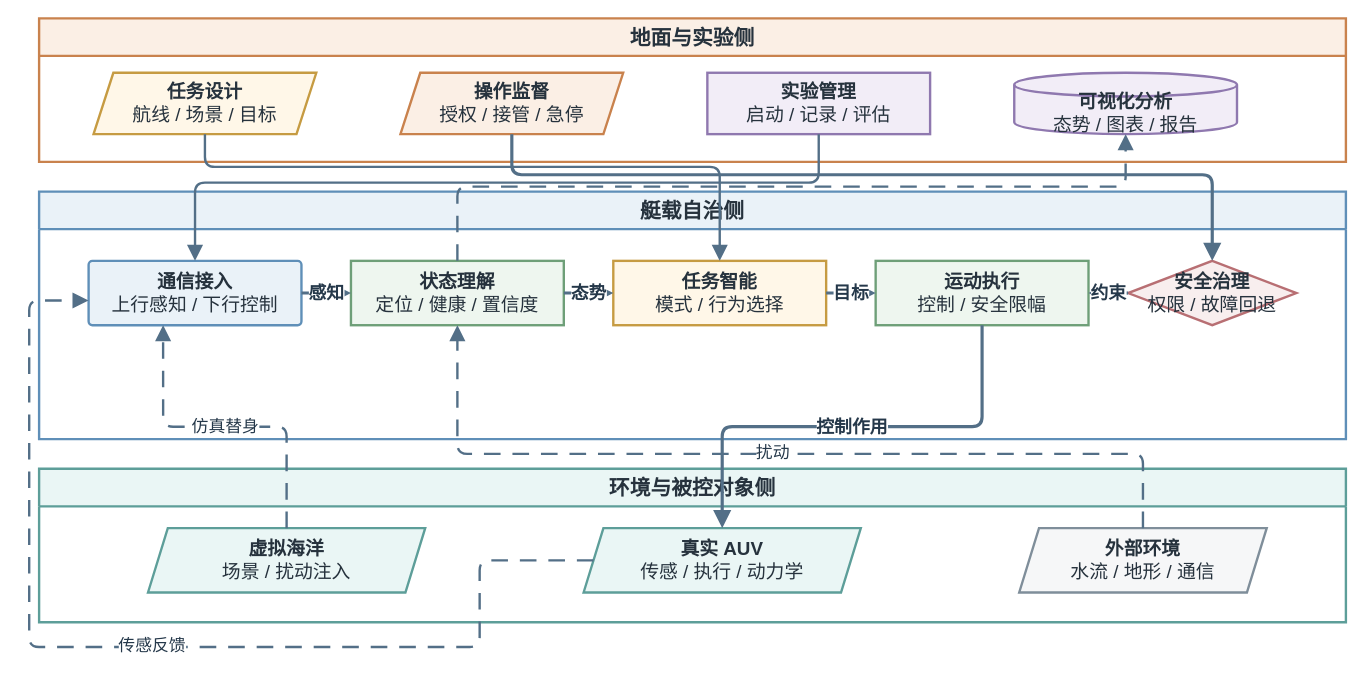
The draw.io diagram thesis/figures/architecture/auv_system_subsystem_organization.drawio in 360ZMEM/AUV-Master-Mag, before the edit. Source tidied: cells renumbered, new cells numbered last; positions are measured from the earlier drawing's top-left corner, leaving out a move shared by most shapes. Both pictures are drawn from the tidied source at 99%, with x=0, y=0 at pixel (29, 18).
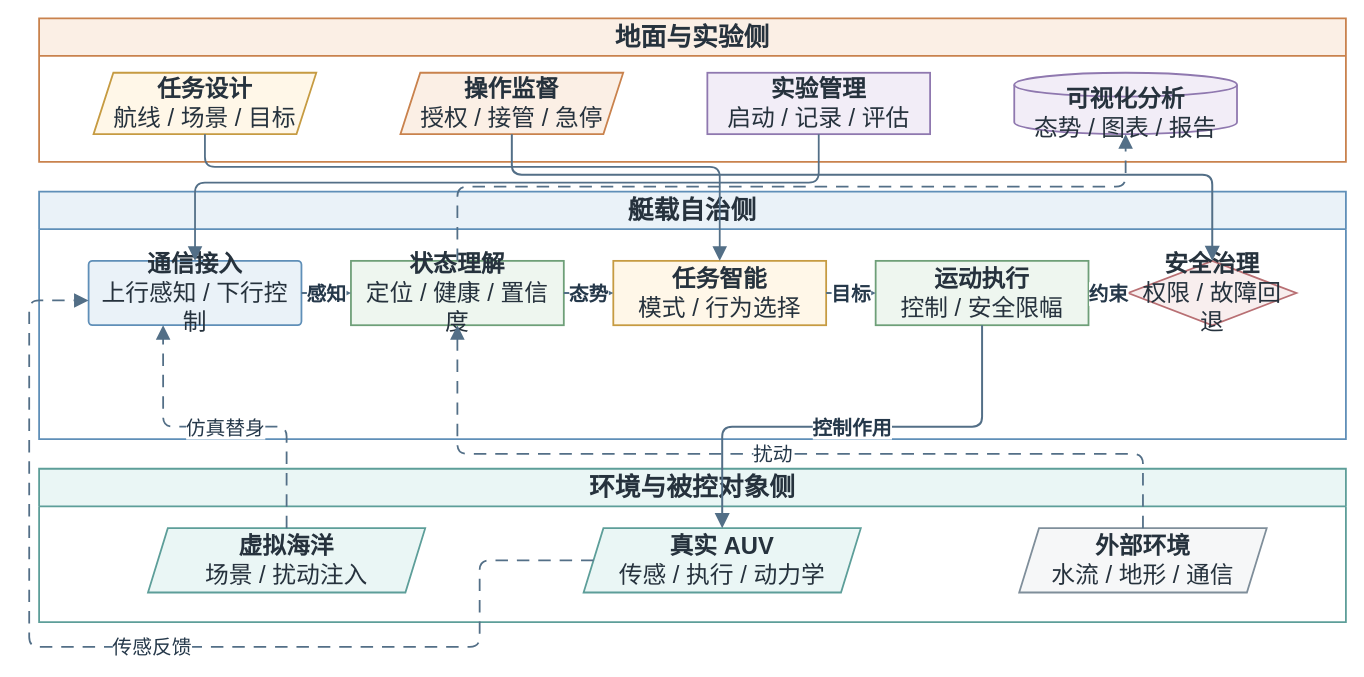
After the change.

The edit, as a diff of the source:
```diff
@@
-    <mxCell id="2" value="地面与实验侧" style="swimlane;whiteSpace=wrap;html=1;startSize=38;rounded=0;fillColor=#FBEFE5;strokeColor=#C9824D;strokeWidth=2.4;fontFamily=Songti SC;fontSize=21;fontStyle=1;fontColor=#26323D;" parent="1" vertex="1">
+    <mxCell id="2" value="地面与实验侧" style="swimlane;whiteSpace=wrap;html=1;startSize=38;rounded=0;fillColor=#FBEFE5;strokeColor=#C9824D;strokeWidth=1.8;fontFamily=Songti SC;fontSize=26;fontStyle=1;fontColor=#26323D;" parent="1" vertex="1">
       <mxGeometry x="10" width="1320" height="145" as="geometry" />
     </mxCell>
-    <mxCell id="3" value="艇载自治侧" style="swimlane;whiteSpace=wrap;html=1;startSize=38;rounded=0;fillColor=#EAF2F8;strokeColor=#5F8FB8;strokeWidth=2.4;fontFamily=Songti SC;fontSize=21;fontStyle=1;fontColor=#26323D;" parent="1" vertex="1">
+    <mxCell id="3" value="艇载自治侧" style="swimlane;whiteSpace=wrap;html=1;startSize=38;rounded=0;fillColor=#EAF2F8;strokeColor=#5F8FB8;strokeWidth=1.8;fontFamily=Songti SC;fontSize=26;fontStyle=1;fontColor=#26323D;" parent="1" vertex="1">
       <mxGeometry x="10" y="175" width="1320" height="250" as="geometry" />
     </mxCell>
-    <mxCell id="4" value="环境与被控对象侧" style="swimlane;whiteSpace=wrap;html=1;startSize=38;rounded=0;fillColor=#EAF6F5;strokeColor=#5D9E99;strokeWidth=2.4;fontFamily=Songti SC;fontSize=21;fontStyle=1;fontColor=#26323D;" parent="1" vertex="1">
+    <mxCell id="4" value="环境与被控对象侧" style="swimlane;whiteSpace=wrap;html=1;startSize=38;rounded=0;fillColor=#EAF6F5;strokeColor=#5D9E99;strokeWidth=1.8;fontFamily=Songti SC;fontSize=26;fontStyle=1;fontColor=#26323D;" parent="1" vertex="1">
       <mxGeometry x="10" y="455" width="1320" height="155" as="geometry" />
     </mxCell>
-    <mxCell id="5" value="&lt;b&gt;任务设计&lt;/b&gt;&lt;br&gt;航线 / 场景 / 目标" style="shape=parallelogram;perimeter=parallelogramPerimeter;fixedSize=1;whiteSpace=wrap;html=1;align=center;verticalAlign=middle;fillColor=#FFF7E8;strokeColor=#C69B42;strokeWidth=2.4;spacing=8;fontFamily=Songti SC;fontSize=19;fontColor=#26323D;" parent="2" vertex="1">
+    <mxCell id="5" value="&lt;b&gt;任务设计&lt;/b&gt;&lt;br&gt;航线 / 场景 / 目标" style="shape=parallelogram;perimeter=parallelogramPerimeter;fixedSize=1;whiteSpace=wrap;html=1;align=center;verticalAlign=middle;fillColor=#FFF7E8;strokeColor=#C69B42;strokeWidth=1.8;spacing=8;fontFamily=Songti SC;fontSize=24;fontColor=#26323D;" parent="2" vertex="1">
       <mxGeometry x="55" y="55" width="225" height="62" as="geometry" />
     </mxCell>
-    <mxCell id="6" value="&lt;b&gt;操作监督&lt;/b&gt;&lt;br&gt;授权 / 接管 / 急停" style="shape=parallelogram;perimeter=parallelogramPerimeter;fixedSize=1;whiteSpace=wrap;html=1;align=center;verticalAlign=middle;fillColor=#FBEFE5;strokeColor=#C9824D;strokeWidth=2.4;spacing=8;fontFamily=Songti SC;fontSize=19;fontColor=#26323D;" parent="2" vertex="1">
+    <mxCell id="6" value="&lt;b&gt;操作监督&lt;/b&gt;&lt;br&gt;授权 / 接管 / 急停" style="shape=parallelogram;perimeter=parallelogramPerimeter;fixedSize=1;whiteSpace=wrap;html=1;align=center;verticalAlign=middle;fillColor=#FBEFE5;strokeColor=#C9824D;strokeWidth=1.8;spacing=8;fontFamily=Songti SC;fontSize=24;fontColor=#26323D;" parent="2" vertex="1">
       <mxGeometry x="365" y="55" width="225" height="62" as="geometry" />
     </mxCell>
-    <mxCell id="7" value="&lt;b&gt;实验管理&lt;/b&gt;&lt;br&gt;启动 / 记录 / 评估" style="rounded=0;whiteSpace=wrap;html=1;align=center;verticalAlign=middle;fillColor=#F2EDF7;strokeColor=#8F78AF;strokeWidth=2.4;spacing=8;fontFamily=Songti SC;fontSize=19;fontColor=#26323D;" parent="2" vertex="1">
+    <mxCell id="7" value="&lt;b&gt;实验管理&lt;/b&gt;&lt;br&gt;启动 / 记录 / 评估" style="rounded=0;whiteSpace=wrap;html=1;align=center;verticalAlign=middle;fillColor=#F2EDF7;strokeColor=#8F78AF;strokeWidth=1.8;spacing=8;fontFamily=Songti SC;fontSize=24;fontColor=#26323D;" parent="2" vertex="1">
       <mxGeometry x="675" y="55" width="225" height="62" as="geometry" />
     </mxCell>
-    <mxCell id="8" value="&lt;b&gt;可视化分析&lt;/b&gt;&lt;br&gt;态势 / 图表 / 报告" style="shape=cylinder3;boundedLbl=1;backgroundOutline=1;size=12;whiteSpace=wrap;html=1;align=center;verticalAlign=middle;fillColor=#F2EDF7;strokeColor=#8F78AF;strokeWidth=2.4;spacing=8;fontFamily=Songti SC;fontSize=19;fontColor=#26323D;" parent="2" vertex="1">
+    <mxCell id="8" value="&lt;b&gt;可视化分析&lt;/b&gt;&lt;br&gt;态势 / 图表 / 报告" style="shape=cylinder3;boundedLbl=1;backgroundOutline=1;size=12;whiteSpace=wrap;html=1;align=center;verticalAlign=middle;fillColor=#F2EDF7;strokeColor=#8F78AF;strokeWidth=1.8;spacing=8;fontFamily=Songti SC;fontSize=24;fontColor=#26323D;" parent="2" vertex="1">
       <mxGeometry x="985" y="55" width="225" height="62" as="geometry" />
     </mxCell>
-    <mxCell id="9" value="&lt;b&gt;通信接入&lt;/b&gt;&lt;br&gt;上行感知 / 下行控制" style="rounded=1;arcSize=6;whiteSpace=wrap;html=1;align=center;verticalAlign=middle;fillColor=#EAF2F8;strokeColor=#5F8FB8;strokeWidth=2.4;spacing=8;fontFamily=Songti SC;fontSize=19;fontColor=#26323D;" parent="3" vertex="1">
+    <mxCell id="9" value="&lt;b&gt;通信接入&lt;/b&gt;&lt;br&gt;上行感知 / 下行控制" style="rounded=1;arcSize=6;whiteSpace=wrap;html=1;align=center;verticalAlign=middle;fillColor=#EAF2F8;strokeColor=#5F8FB8;strokeWidth=1.8;spacing=8;fontFamily=Songti SC;fontSize=24;fontColor=#26323D;" parent="3" vertex="1">
       <mxGeometry x="50" y="70" width="215" height="65" as="geometry" />
     </mxCell>
-    <mxCell id="10" value="&lt;b&gt;状态理解&lt;/b&gt;&lt;br&gt;定位 / 健康 / 置信度" style="rounded=0;whiteSpace=wrap;html=1;align=center;verticalAlign=middle;fillColor=#EEF6EF;strokeColor=#6E9F78;strokeWidth=2.4;spacing=8;fontFamily=Songti SC;fontSize=19;fontColor=#26323D;" parent="3" vertex="1">
+    <mxCell id="10" value="&lt;b&gt;状态理解&lt;/b&gt;&lt;br&gt;定位 / 健康 / 置信度" style="rounded=0;whiteSpace=wrap;html=1;align=center;verticalAlign=middle;fillColor=#EEF6EF;strokeColor=#6E9F78;strokeWidth=1.8;spacing=8;fontFamily=Songti SC;fontSize=24;fontColor=#26323D;" parent="3" vertex="1">
       <mxGeometry x="315" y="70" width="215" height="65" as="geometry" />
     </mxCell>
-    <mxCell id="11" value="&lt;b&gt;任务智能&lt;/b&gt;&lt;br&gt;模式 / 行为选择" style="rounded=0;whiteSpace=wrap;html=1;align=center;verticalAlign=middle;fillColor=#FFF7E8;strokeColor=#C69B42;strokeWidth=2.4;spacing=8;fontFamily=Songti SC;fontSize=19;fontColor=#26323D;" parent="3" vertex="1">
+    <mxCell id="11" value="&lt;b&gt;任务智能&lt;/b&gt;&lt;br&gt;模式 / 行为选择" style="rounded=0;whiteSpace=wrap;html=1;align=center;verticalAlign=middle;fillColor=#FFF7E8;strokeColor=#C69B42;strokeWidth=1.8;spacing=8;fontFamily=Songti SC;fontSize=24;fontColor=#26323D;" parent="3" vertex="1">
       <mxGeometry x="580" y="70" width="215" height="65" as="geometry" />
     </mxCell>
-    <mxCell id="12" value="&lt;b&gt;运动执行&lt;/b&gt;&lt;br&gt;控制 / 安全限幅" style="rounded=0;whiteSpace=wrap;html=1;align=center;verticalAlign=middle;fillColor=#EEF6EF;strokeColor=#6E9F78;strokeWidth=2.4;spacing=8;fontFamily=Songti SC;fontSize=19;fontColor=#26323D;" parent="3" vertex="1">
+    <mxCell id="12" value="&lt;b&gt;运动执行&lt;/b&gt;&lt;br&gt;控制 / 安全限幅" style="rounded=0;whiteSpace=wrap;html=1;align=center;verticalAlign=middle;fillColor=#EEF6EF;strokeColor=#6E9F78;strokeWidth=1.8;spacing=8;fontFamily=Songti SC;fontSize=24;fontColor=#26323D;" parent="3" vertex="1">
       <mxGeometry x="845" y="70" width="215" height="65" as="geometry" />
     </mxCell>
-    <mxCell id="13" value="&lt;b&gt;安全治理&lt;/b&gt;&lt;br&gt;权限 / 故障回退" style="rhombus;whiteSpace=wrap;html=1;align=center;verticalAlign=middle;fillColor=#F8EEEE;strokeColor=#B86F73;strokeWidth=2.4;spacing=8;fontFamily=Songti SC;fontSize=19;fontColor=#26323D;" parent="3" vertex="1">
+    <mxCell id="13" value="&lt;b&gt;安全治理&lt;/b&gt;&lt;br&gt;权限 / 故障回退" style="rhombus;whiteSpace=wrap;html=1;align=center;verticalAlign=middle;fillColor=#F8EEEE;strokeColor=#B86F73;strokeWidth=1.8;spacing=8;fontFamily=Songti SC;fontSize=24;fontColor=#26323D;" parent="3" vertex="1">
       <mxGeometry x="1100" y="70" width="170" height="65" as="geometry" />
     </mxCell>
-    <mxCell id="14" value="&lt;b&gt;虚拟海洋&lt;/b&gt;&lt;br&gt;场景 / 扰动注入" style="shape=parallelogram;perimeter=parallelogramPerimeter;fixedSize=1;whiteSpace=wrap;html=1;align=center;verticalAlign=middle;fillColor=#EAF6F5;strokeColor=#5D9E99;strokeWidth=2.4;spacing=8;fontFamily=Songti SC;fontSize=19;fontColor=#26323D;" parent="4" vertex="1">
+    <mxCell id="14" value="&lt;b&gt;虚拟海洋&lt;/b&gt;&lt;br&gt;场景 / 扰动注入" style="shape=parallelogram;perimeter=parallelogramPerimeter;fixedSize=1;whiteSpace=wrap;html=1;align=center;verticalAlign=middle;fillColor=#EAF6F5;strokeColor=#5D9E99;strokeWidth=1.8;spacing=8;fontFamily=Songti SC;fontSize=24;fontColor=#26323D;" parent="4" vertex="1">
       <mxGeometry x="110" y="60" width="280" height="65" as="geometry" />
     </mxCell>
-    <mxCell id="15" value="&lt;b&gt;真实 AUV&lt;/b&gt;&lt;br&gt;传感 / 执行 / 动力学" style="shape=parallelogram;perimeter=parallelogramPerimeter;fixedSize=1;whiteSpace=wrap;html=1;align=center;verticalAlign=middle;fillColor=#EAF6F5;strokeColor=#5D9E99;strokeWidth=2.4;spacing=8;fontFamily=Songti SC;fontSize=19;fontColor=#26323D;" parent="4" vertex="1">
+    <mxCell id="15" value="&lt;b&gt;真实 AUV&lt;/b&gt;&lt;br&gt;传感 / 执行 / 动力学" style="shape=parallelogram;perimeter=parallelogramPerimeter;fixedSize=1;whiteSpace=wrap;html=1;align=center;verticalAlign=middle;fillColor=#EAF6F5;strokeColor=#5D9E99;strokeWidth=1.8;spacing=8;fontFamily=Songti SC;fontSize=24;fontColor=#26323D;" parent="4" vertex="1">
       <mxGeometry x="550" y="60" width="280" height="65" as="geometry" />
     </mxCell>
-    <mxCell id="16" value="&lt;b&gt;外部环境&lt;/b&gt;&lt;br&gt;水流 / 地形 / 通信" style="shape=parallelogram;perimeter=parallelogramPerimeter;fixedSize=1;whiteSpace=wrap;html=1;align=center;verticalAlign=middle;fillColor=#F6F7F8;strokeColor=#7F8E9A;strokeWidth=2.4;spacing=8;fontFamily=Songti SC;fontSize=19;fontColor=#26323D;" parent="4" vertex="1">
+    <mxCell id="16" value="&lt;b&gt;外部环境&lt;/b&gt;&lt;br&gt;水流 / 地形 / 通信" style="shape=parallelogram;perimeter=parallelogramPerimeter;fixedSize=1;whiteSpace=wrap;html=1;align=center;verticalAlign=middle;fillColor=#F6F7F8;strokeColor=#7F8E9A;strokeWidth=1.8;spacing=8;fontFamily=Songti SC;fontSize=24;fontColor=#26323D;" parent="4" vertex="1">
       <mxGeometry x="990" y="60" width="250" height="65" as="geometry" />
     </mxCell>
-    <mxCell id="17" style="edgeStyle=orthogonalEdgeStyle;rounded=1;jettySize=auto;html=1;strokeColor=#536F87;strokeWidth=2.4;fontFamily=Songti SC;fontSize=17;fontColor=#25384A;labelBackgroundColor=#FFFFFF;labelBorderColor=none;endArrow=block;endFill=1;endSize=10;exitX=0.5;exitY=1;entryX=0.5;entryY=0;" parent="1" edge="1" source="5" target="11">
+    <mxCell id="17" style="edgeStyle=orthogonalEdgeStyle;rounded=1;jettySize=auto;html=1;strokeColor=#536F87;strokeWidth=1.8;fontFamily=Songti SC;fontSize=20;fontColor=#25384A;labelBackgroundColor=#FFFFFF;labelBorderColor=none;endArrow=block;endFill=1;endSize=10;exitX=0.5;exitY=1;entryX=0.5;entryY=0;" parent="1" edge="1" source="5" target="11">
       <mxGeometry relative="1" as="geometry">
         <Array as="points">
           <mxPoint x="178" y="150" />
           <mxPoint x="698" y="150" />
         </Array>
       </mxGeometry>
     </mxCell>
-    <mxCell id="18" style="edgeStyle=orthogonalEdgeStyle;rounded=1;jettySize=auto;html=1;strokeColor=#536F87;strokeWidth=3.2;fontFamily=Songti SC;fontSize=18;fontStyle=1;fontColor=#25384A;labelBackgroundColor=#FFFFFF;labelBorderColor=none;endArrow=block;endFill=1;endSize=10;exitX=0.5;exitY=1;entryX=0.5;entryY=0;" parent="1" edge="1" source="6" target="13">
+    <mxCell id="18" style="edgeStyle=orthogonalEdgeStyle;rounded=1;jettySize=auto;html=1;strokeColor=#536F87;strokeWidth=2.0;fontFamily=Songti SC;fontSize=20;fontStyle=1;fontColor=#25384A;labelBackgroundColor=#FFFFFF;labelBorderColor=none;endArrow=block;endFill=1;endSize=10;exitX=0.5;exitY=1;entryX=0.5;entryY=0;" parent="1" edge="1" source="6" target="13">
       <mxGeometry relative="1" as="geometry">
         <Array as="points">
           <mxPoint x="488" y="158" />
           <mxPoint x="1195" y="158" />
         </Array>
       </mxGeometry>
     </mxCell>
-    <mxCell id="19" style="edgeStyle=orthogonalEdgeStyle;rounded=1;jettySize=auto;html=1;strokeColor=#536F87;strokeWidth=2.4;fontFamily=Songti SC;fontSize=17;fontColor=#25384A;labelBackgroundColor=#FFFFFF;labelBorderColor=none;endArrow=block;endFill=1;endSize=10;exitX=0.5;exitY=1;entryX=0.5;entryY=0;" parent="1" edge="1" source="7" target="9">
+    <mxCell id="19" style="edgeStyle=orthogonalEdgeStyle;rounded=1;jettySize=auto;html=1;strokeColor=#536F87;strokeWidth=1.8;fontFamily=Songti SC;fontSize=20;fontColor=#25384A;labelBackgroundColor=#FFFFFF;labelBorderColor=none;endArrow=block;endFill=1;endSize=10;exitX=0.5;exitY=1;entryX=0.5;entryY=0;" parent="1" edge="1" source="7" target="9">
       <mxGeometry relative="1" as="geometry">
         <Array as="points">
           <mxPoint x="798" y="166" />
           <mxPoint x="168" y="166" />
         </Array>
       </mxGeometry>
     </mxCell>
-    <mxCell id="20" value="感知" style="edgeStyle=orthogonalEdgeStyle;rounded=1;jettySize=auto;html=1;strokeColor=#536F87;strokeWidth=3.2;fontFamily=Songti SC;fontSize=18;fontStyle=1;fontColor=#25384A;labelBackgroundColor=#FFFFFF;labelBorderColor=none;endArrow=block;endFill=1;endSize=10;exitX=1;entryX=0;" parent="1" edge="1" source="9" target="10">
+    <mxCell id="20" value="感知" style="edgeStyle=orthogonalEdgeStyle;rounded=1;jettySize=auto;html=1;strokeColor=#536F87;strokeWidth=2.0;fontFamily=Songti SC;fontSize=20;fontStyle=1;fontColor=#25384A;labelBackgroundColor=#FFFFFF;labelBorderColor=none;endArrow=block;endFill=1;endSize=10;exitX=1;entryX=0;" parent="1" edge="1" source="9" target="10">
       <mxGeometry relative="1" as="geometry" />
     </mxCell>
-    <mxCell id="21" value="态势" style="edgeStyle=orthogonalEdgeStyle;rounded=1;jettySize=auto;html=1;strokeColor=#536F87;strokeWidth=3.2;fontFamily=Songti SC;fontSize=18;fontStyle=1;fontColor=#25384A;labelBackgroundColor=#FFFFFF;labelBorderColor=none;endArrow=block;endFill=1;endSize=10;exitX=1;entryX=0;" parent="1" edge="1" source="10" target="11">
+    <mxCell id="21" value="态势" style="edgeStyle=orthogonalEdgeStyle;rounded=1;jettySize=auto;html=1;strokeColor=#536F87;strokeWidth=2.0;fontFamily=Songti SC;fontSize=20;fontStyle=1;fontColor=#25384A;labelBackgroundColor=#FFFFFF;labelBorderColor=none;endArrow=block;endFill=1;endSize=10;exitX=1;entryX=0;" parent="1" edge="1" source="10" target="11">
       <mxGeometry relative="1" as="geometry" />
     </mxCell>
-    <mxCell id="22" value="目标" style="edgeStyle=orthogonalEdgeStyle;rounded=1;jettySize=auto;html=1;strokeColor=#536F87;strokeWidth=3.2;fontFamily=Songti SC;fontSize=18;fontStyle=1;fontColor=#25384A;labelBackgroundColor=#FFFFFF;labelBorderColor=none;endArrow=block;endFill=1;endSize=10;exitX=1;entryX=0;" parent="1" edge="1" source="11" target="12">
+    <mxCell id="22" value="目标" style="edgeStyle=orthogonalEdgeStyle;rounded=1;jettySize=auto;html=1;strokeColor=#536F87;strokeWidth=2.0;fontFamily=Songti SC;fontSize=20;fontStyle=1;fontColor=#25384A;labelBackgroundColor=#FFFFFF;labelBorderColor=none;endArrow=block;endFill=1;endSize=10;exitX=1;entryX=0;" parent="1" edge="1" source="11" target="12">
       <mxGeometry relative="1" as="geometry" />
     </mxCell>
-    <mxCell id="23" value="约束" style="edgeStyle=orthogonalEdgeStyle;rounded=1;jettySize=auto;html=1;strokeColor=#536F87;strokeWidth=3.2;fontFamily=Songti SC;fontSize=18;fontStyle=1;fontColor=#25384A;labelBackgroundColor=#FFFFFF;labelBorderColor=none;endArrow=block;endFill=1;endSize=10;exitX=1;entryX=0;" parent="1" edge="1" source="13" target="12">
+    <mxCell id="23" value="约束" style="edgeStyle=orthogonalEdgeStyle;rounded=1;jettySize=auto;html=1;strokeColor=#536F87;strokeWidth=2.0;fontFamily=Songti SC;fontSize=20;fontStyle=1;fontColor=#25384A;labelBackgroundColor=#FFFFFF;labelBorderColor=none;endArrow=block;endFill=1;endSize=10;exitX=1;entryX=0;" parent="1" edge="1" source="13" target="12">
       <mxGeometry relative="1" as="geometry" />
     </mxCell>
-    <mxCell id="24" value="控制作用" style="edgeStyle=orthogonalEdgeStyle;rounded=1;jettySize=auto;html=1;strokeColor=#536F87;strokeWidth=3.2;fontFamily=Songti SC;fontSize=18;fontStyle=1;fontColor=#25384A;labelBackgroundColor=#FFFFFF;labelBorderColor=none;endArrow=block;endFill=1;endSize=10;exitX=0.5;exitY=1;entryX=0.5;entryY=0;" parent="1" edge="1" source="12" target="15">
+    <mxCell id="24" value="控制作用" style="edgeStyle=orthogonalEdgeStyle;rounded=1;jettySize=auto;html=1;strokeColor=#536F87;strokeWidth=2.0;fontFamily=Songti SC;fontSize=20;fontStyle=1;fontColor=#25384A;labelBackgroundColor=#FFFFFF;labelBorderColor=none;endArrow=block;endFill=1;endSize=10;exitX=0.5;exitY=1;entryX=0.5;entryY=0;" parent="1" edge="1" source="12" target="15">
       <mxGeometry relative="1" as="geometry" />
     </mxCell>
-    <mxCell id="25" value="传感反馈" style="edgeStyle=orthogonalEdgeStyle;rounded=1;jettySize=auto;html=1;strokeColor=#536F87;strokeWidth=2.4;fontFamily=Songti SC;fontSize=17;fontColor=#25384A;labelBackgroundColor=#FFFFFF;labelBorderColor=none;endArrow=block;endFill=1;endSize=10;dashed=1;dashPattern=7 5;exitX=0;entryX=0;" parent="1" edge="1" source="15" target="9">
+    <mxCell id="25" value="传感反馈" style="edgeStyle=orthogonalEdgeStyle;rounded=1;jettySize=auto;html=1;strokeColor=#536F87;strokeWidth=1.8;fontFamily=Songti SC;fontSize=20;fontColor=#25384A;labelBackgroundColor=#FFFFFF;labelBorderColor=none;endArrow=block;endFill=1;endSize=10;dashed=1;dashPattern=7 5;exitX=0;entryX=0;" parent="1" edge="1" source="15" target="9">
       <mxGeometry relative="1" as="geometry">
         <Array as="points">
           <mxPoint x="455" y="635" />
           <mxPoint y="635" />
           <mxPoint y="285" />
         </Array>
       </mxGeometry>
     </mxCell>
-    <mxCell id="26" value="仿真替身" style="edgeStyle=orthogonalEdgeStyle;rounded=1;jettySize=auto;html=1;strokeColor=#536F87;strokeWidth=2.4;fontFamily=Songti SC;fontSize=17;fontColor=#25384A;labelBackgroundColor=#FFFFFF;labelBorderColor=none;endArrow=block;endFill=1;endSize=10;dashed=1;dashPattern=7 5;exitX=0.5;exitY=0;entryX=0.35;entryY=1;" parent="1" edge="1" source="14" target="9">
+    <mxCell id="26" value="仿真替身" style="edgeStyle=orthogonalEdgeStyle;rounded=1;jettySize=auto;html=1;strokeColor=#536F87;strokeWidth=1.8;fontFamily=Songti SC;fontSize=20;fontColor=#25384A;labelBackgroundColor=#FFFFFF;labelBorderColor=none;endArrow=block;endFill=1;endSize=10;dashed=1;dashPattern=7 5;exitX=0.5;exitY=0;entryX=0.35;entryY=1;" parent="1" edge="1" source="14" target="9">
       <mxGeometry relative="1" as="geometry" />
     </mxCell>
-    <mxCell id="27" value="扰动" style="edgeStyle=orthogonalEdgeStyle;rounded=1;jettySize=auto;html=1;strokeColor=#536F87;strokeWidth=2.4;fontFamily=Songti SC;fontSize=17;fontColor=#25384A;labelBackgroundColor=#FFFFFF;labelBorderColor=none;endArrow=block;endFill=1;endSize=10;dashed=1;dashPattern=7 5;exitX=0.5;exitY=0;entryX=0.5;entryY=1;" parent="1" edge="1" source="16" target="10">
+    <mxCell id="27" value="扰动" style="edgeStyle=orthogonalEdgeStyle;rounded=1;jettySize=auto;html=1;strokeColor=#536F87;strokeWidth=1.8;fontFamily=Songti SC;fontSize=20;fontColor=#25384A;labelBackgroundColor=#FFFFFF;labelBorderColor=none;endArrow=block;endFill=1;endSize=10;dashed=1;dashPattern=7 5;exitX=0.5;exitY=0;entryX=0.5;entryY=1;" parent="1" edge="1" source="16" target="10">
       <mxGeometry relative="1" as="geometry">
         <Array as="points">
           <mxPoint x="1095" y="440" />
           <mxPoint x="405" y="440" />
         </Array>
       </mxGeometry>
     </mxCell>
-    <mxCell id="28" style="edgeStyle=orthogonalEdgeStyle;rounded=1;jettySize=auto;html=1;strokeColor=#536F87;strokeWidth=2.4;fontFamily=Songti SC;fontSize=17;fontColor=#25384A;labelBackgroundColor=#FFFFFF;labelBorderColor=none;endArrow=block;endFill=1;endSize=10;dashed=1;dashPattern=7 5;exitX=0.5;exitY=0;entryX=0.5;entryY=1;" parent="1" edge="1" source="10" target="8">
+    <mxCell id="28" style="edgeStyle=orthogonalEdgeStyle;rounded=1;jettySize=auto;html=1;strokeColor=#536F87;strokeWidth=1.8;fontFamily=Songti SC;fontSize=20;fontColor=#25384A;labelBackgroundColor=#FFFFFF;labelBorderColor=none;endArrow=block;endFill=1;endSize=10;dashed=1;dashPattern=7 5;exitX=0.5;exitY=0;entryX=0.5;entryY=1;" parent="1" edge="1" source="10" target="8">
       <mxGeometry relative="1" as="geometry">
         <Array as="points">
           <mxPoint x="433" y="170" />
           <mxPoint x="1108" y="170" />
         </Array>
       </mxGeometry>
     </mxCell>
```
